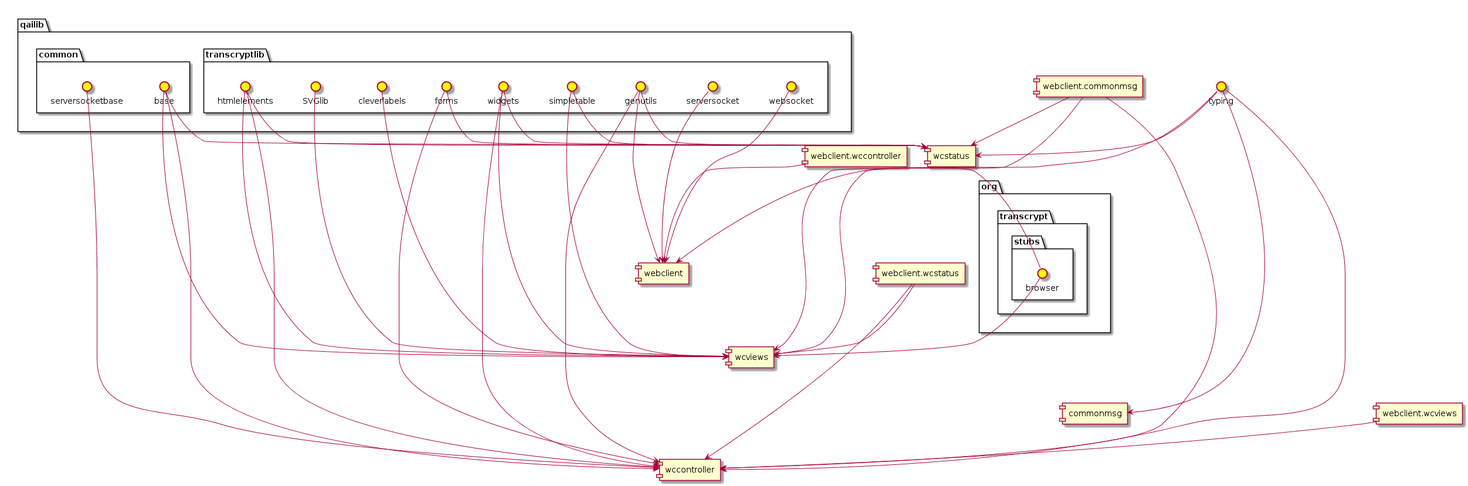
This is stocky-devel/stocky/docs/source/uml_images/wcoverview.png from cfe-lab/stocky, a PlantUML export, as it was before one commit.
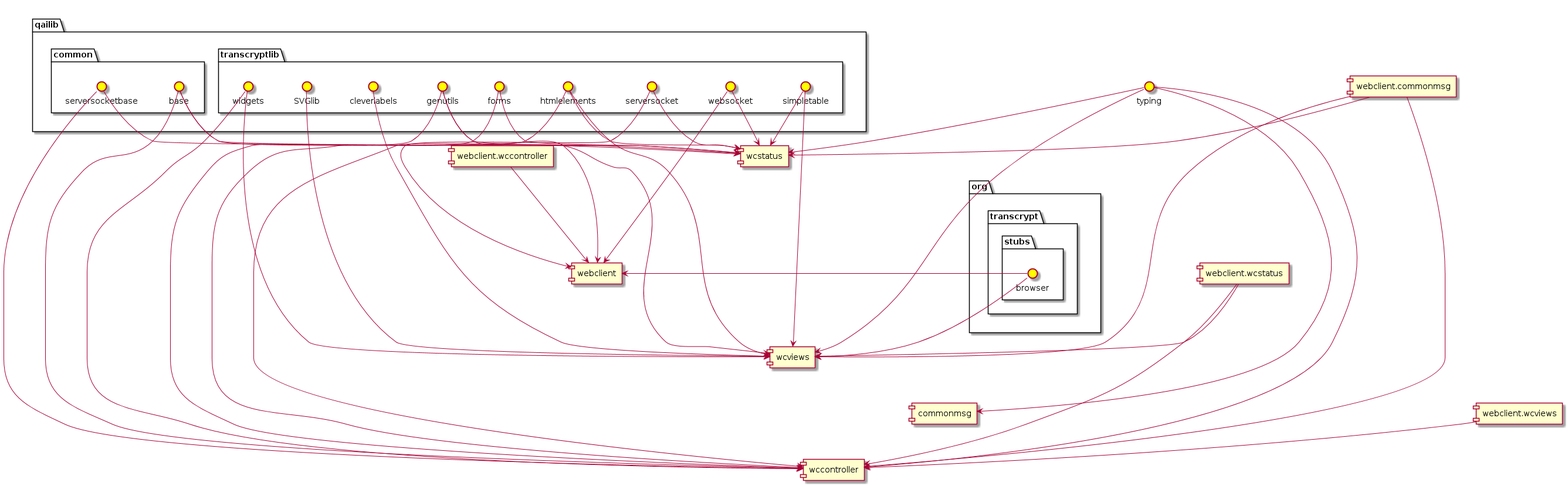
The same diagram one commit later.

Change to the diagram source:
```diff
@@ -13,56 +13,58 @@
 }
 interface typing as typing #Yellow
 package "qailib" {
-package "transcryptlib" {
-interface widgets as qailib.transcryptlib.widgets #Yellow
-interface forms as qailib.transcryptlib.forms #Yellow
-interface genutils as qailib.transcryptlib.genutils #Yellow
-interface htmlelements as qailib.transcryptlib.htmlelements #Yellow
-interface simpletable as qailib.transcryptlib.simpletable #Yellow
-interface SVGlib as qailib.transcryptlib.SVGlib #Yellow
-interface cleverlabels as qailib.transcryptlib.cleverlabels #Yellow
-interface serversocket as qailib.transcryptlib.serversocket #Yellow
-interface websocket as qailib.transcryptlib.websocket #Yellow
-}
 package "common" {
 interface base as qailib.common.base #Yellow
 interface serversocketbase as qailib.common.serversocketbase #Yellow
 }
+package "transcryptlib" {
+interface websocket as qailib.transcryptlib.websocket #Yellow
+interface forms as qailib.transcryptlib.forms #Yellow
+interface serversocket as qailib.transcryptlib.serversocket #Yellow
+interface simpletable as qailib.transcryptlib.simpletable #Yellow
+interface htmlelements as qailib.transcryptlib.htmlelements #Yellow
+interface genutils as qailib.transcryptlib.genutils #Yellow
+interface widgets as qailib.transcryptlib.widgets #Yellow
+interface SVGlib as qailib.transcryptlib.SVGlib #Yellow
+interface cleverlabels as qailib.transcryptlib.cleverlabels #Yellow
 }
-[qailib.transcryptlib.widgets] --> [wcstatus]
+}
+[qailib.common.base] --> [wcstatus]
+[qailib.transcryptlib.websocket] --> [wcstatus]
 [qailib.transcryptlib.forms] --> [wcstatus]
-[qailib.common.base] --> [wcstatus]
 [webclient.commonmsg] --> [wcstatus]
+[qailib.common.serversocketbase] --> [wcstatus]
+[typing] --> [wcstatus]
+[qailib.transcryptlib.serversocket] --> [wcstatus]
+[qailib.transcryptlib.simpletable] --> [wcstatus]
+[qailib.transcryptlib.htmlelements] --> [wcstatus]
 [qailib.transcryptlib.genutils] --> [wcstatus]
-[typing] --> [wcstatus]
-[qailib.transcryptlib.htmlelements] --> [wcstatus]
-[qailib.transcryptlib.simpletable] --> [wcstatus]
+[qailib.transcryptlib.websocket] --> [webclient]
 [webclient.wccontroller] --> [webclient]
+[qailib.transcryptlib.serversocket] --> [webclient]
+[org.transcrypt.stubs.browser] --> [webclient]
 [qailib.transcryptlib.genutils] --> [webclient]
-[org.transcrypt.stubs.browser] --> [webclient]
-[qailib.transcryptlib.serversocket] --> [webclient]
-[qailib.transcryptlib.websocket] --> [webclient]
 [qailib.transcryptlib.widgets] --> [wcviews]
 [qailib.common.base] --> [wcviews]
+[qailib.transcryptlib.SVGlib] --> [wcviews]
 [webclient.commonmsg] --> [wcviews]
-[qailib.transcryptlib.SVGlib] --> [wcviews]
-[org.transcrypt.stubs.browser] --> [wcviews]
+[typing] --> [wcviews]
+[qailib.transcryptlib.simpletable] --> [wcviews]
 [qailib.transcryptlib.cleverlabels] --> [wcviews]
-[typing] --> [wcviews]
 [webclient.wcstatus] --> [wcviews]
 [qailib.transcryptlib.htmlelements] --> [wcviews]
-[qailib.transcryptlib.simpletable] --> [wcviews]
+[org.transcrypt.stubs.browser] --> [wcviews]
 [typing] --> [commonmsg]
 [qailib.transcryptlib.widgets] --> [wccontroller]
 [qailib.common.base] --> [wccontroller]
 [qailib.transcryptlib.forms] --> [wccontroller]
-[webclient.wcviews] --> [wccontroller]
 [webclient.commonmsg] --> [wccontroller]
 [qailib.common.serversocketbase] --> [wccontroller]
+[typing] --> [wccontroller]
+[webclient.wcviews] --> [wccontroller]
+[webclient.wcstatus] --> [wccontroller]
+[qailib.transcryptlib.htmlelements] --> [wccontroller]
 [qailib.transcryptlib.genutils] --> [wccontroller]
-[webclient.wcstatus] --> [wccontroller]
-[typing] --> [wccontroller]
-[qailib.transcryptlib.htmlelements] --> [wccontroller]
 wcstatus -[hidden]- qailib
 wcstatus -[hidden]- webclient
 wcstatus -[hidden]- wcviews
```
